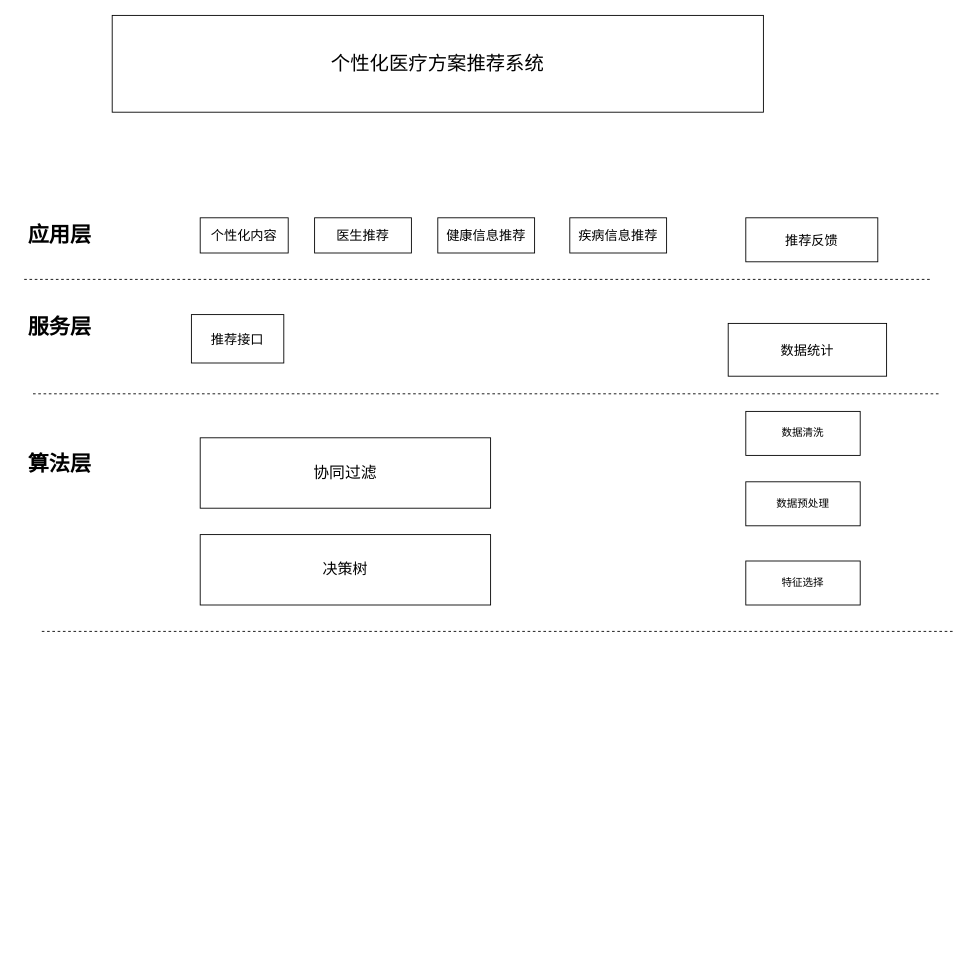
Above: 毕设6.2系统架构.drawio in pasesc/public_page (draw.io), before the change. Source tidied: cells renumbered, new cells numbered last; positions are measured from the earlier drawing's top-left corner, leaving out a move shared by most shapes. Both pictures are drawn from the tidied source at 88%, with x=0, y=0 at pixel (15, 15).
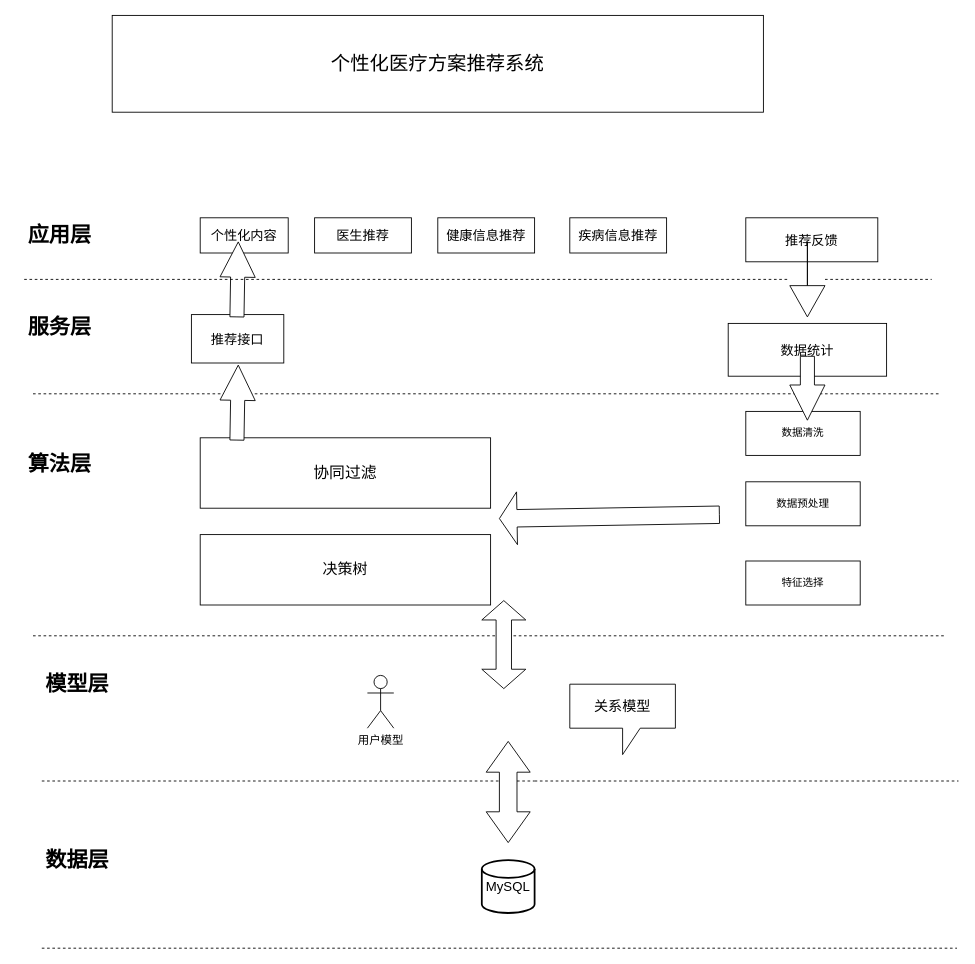
The same diagram, later.

Commit message (it also covers changes not shown here):
更新毕设6.2系统架构.drawio

Diff of the diagram source:
```diff
@@
-    <mxCell id="8" style="endArrow=none;dashed=1;html=1;rounded=0;" parent="1" edge="1">
+    <mxCell id="8" style="endArrow=none;dashed=1;html=1;rounded=0;" parent="1" edge="1" source="25">
       <mxGeometry relative="1" as="geometry">
-        <mxPoint x="10" y="300" as="sourcePoint" />
         <mxPoint x="1041.3" y="300" as="targetPoint" />
       </mxGeometry>
     </mxCell>
@@
     <mxCell id="14" style="endArrow=none;dashed=1;html=1;rounded=0;" parent="1" edge="1">
       <mxGeometry relative="1" as="geometry">
-        <mxPoint x="30" y="700" as="sourcePoint" />
-        <mxPoint x="1065" y="700" as="targetPoint" />
+        <mxPoint x="20" y="705" as="sourcePoint" />
+        <mxPoint x="1055" y="705" as="targetPoint" />
       </mxGeometry>
     </mxCell>
@@
+    <mxCell id="21" value="&lt;font style=&quot;font-size: 13px;&quot;&gt;用户模型&lt;/font&gt;" style="shape=umlActor;verticalLabelPosition=bottom;verticalAlign=top;html=1;" parent="1" vertex="1">
+      <mxGeometry x="400" y="750" width="30" height="60" as="geometry" />
+    </mxCell>
+    <mxCell id="22" style="html=1;shadow=0;dashed=0;align=center;verticalAlign=middle;shape=mxgraph.arrows2.arrow;dy=0.6;dx=40;notch=0;rotation=-89;" parent="1" vertex="1">
+      <mxGeometry x="209.9" y="420" width="85.2" height="40" as="geometry" />
+    </mxCell>
+    <mxCell id="23" style="html=1;shadow=0;dashed=0;align=center;verticalAlign=middle;shape=mxgraph.arrows2.arrow;dy=0.6;dx=40;notch=0;rotation=-89;" parent="1" vertex="1">
+      <mxGeometry x="209.9" y="280" width="85.2" height="40" as="geometry" />
+    </mxCell>
+    <mxCell id="24" style="endArrow=none;dashed=1;html=1;rounded=0;" parent="1" edge="1" target="25">
+      <mxGeometry relative="1" as="geometry">
+        <mxPoint x="10" y="300" as="sourcePoint" />
+      </mxGeometry>
+    </mxCell>
+    <mxCell id="25" style="html=1;shadow=0;dashed=0;align=center;verticalAlign=middle;shape=mxgraph.arrows2.arrow;dy=1;dx=35.51;notch=0;rotation=90;" parent="1" vertex="1">
+      <mxGeometry x="857.4" y="280" width="85.2" height="40" as="geometry" />
+    </mxCell>
+    <mxCell id="26" style="html=1;shadow=0;dashed=0;align=center;verticalAlign=middle;shape=mxgraph.arrows2.arrow;dy=0.6;dx=40;notch=0;rotation=90;" parent="1" vertex="1">
+      <mxGeometry x="863.7" y="403.7" width="72.6" height="40" as="geometry" />
+    </mxCell>
+    <mxCell id="27" style="html=1;shadow=0;dashed=0;align=center;verticalAlign=middle;shape=mxgraph.arrows2.arrow;dy=0.67;dx=20;notch=0;rotation=-181;" parent="1" vertex="1">
+      <mxGeometry x="550" y="539.6" width="250" height="60" as="geometry" />
+    </mxCell>
+    <mxCell id="28" value="模型层" style="text;strokeColor=none;fillColor=none;html=1;fontSize=24;fontStyle=1;verticalAlign=middle;align=center;" parent="1" vertex="1">
+      <mxGeometry x="20" y="740" width="100" height="40" as="geometry" />
+    </mxCell>
+    <mxCell id="29" style="endArrow=none;dashed=1;html=1;rounded=0;" parent="1" edge="1">
+      <mxGeometry relative="1" as="geometry">
+        <mxPoint x="590" y="870" as="sourcePoint" />
+        <mxPoint x="1071.7" y="870" as="targetPoint" />
+      </mxGeometry>
+    </mxCell>
+    <mxCell id="30" value="数据层" style="text;strokeColor=none;fillColor=none;html=1;fontSize=24;fontStyle=1;verticalAlign=middle;align=center;" parent="1" vertex="1">
+      <mxGeometry x="20" y="940" width="100" height="40" as="geometry" />
+    </mxCell>
+    <mxCell id="31" value="&lt;font style=&quot;font-size: 16px;&quot;&gt;关系模型&lt;/font&gt;" style="shape=callout;whiteSpace=wrap;html=1;perimeter=calloutPerimeter;" parent="1" vertex="1">
+      <mxGeometry x="630" y="760" width="120" height="80" as="geometry" />
+    </mxCell>
+    <mxCell id="32" style="html=1;shadow=0;dashed=0;align=center;verticalAlign=middle;shape=mxgraph.arrows2.twoWayArrow;dy=0.65;dx=22;rotation=-90;" parent="1" vertex="1">
+      <mxGeometry x="505" y="690" width="100" height="50" as="geometry" />
+    </mxCell>
+    <mxCell id="33" value="&lt;font style=&quot;font-size: 15px;&quot;&gt;MySQL&lt;/font&gt;" style="strokeWidth=2;html=1;shape=mxgraph.flowchart.database;whiteSpace=wrap;" parent="1" vertex="1">
+      <mxGeometry x="530" y="960" width="60" height="60" as="geometry" />
+    </mxCell>
+    <mxCell id="34" style="endArrow=none;dashed=1;html=1;rounded=0;" parent="1" edge="1">
+      <mxGeometry relative="1" as="geometry">
+        <mxPoint x="30" y="870" as="sourcePoint" />
+        <mxPoint x="590" y="870" as="targetPoint" />
+      </mxGeometry>
+    </mxCell>
+    <mxCell id="35" style="html=1;shadow=0;dashed=0;align=center;verticalAlign=middle;shape=mxgraph.arrows2.twoWayArrow;dy=0.6;dx=35;rotation=-90;" parent="1" vertex="1">
+      <mxGeometry x="502.5" y="857.5" width="115" height="50" as="geometry" />
+    </mxCell>
+    <mxCell id="36" style="endArrow=none;dashed=1;html=1;rounded=0;" parent="1" edge="1">
+      <mxGeometry relative="1" as="geometry">
+        <mxPoint x="30" y="1060" as="sourcePoint" />
+        <mxPoint x="1070" y="1060" as="targetPoint" />
+      </mxGeometry>
+    </mxCell>
```
